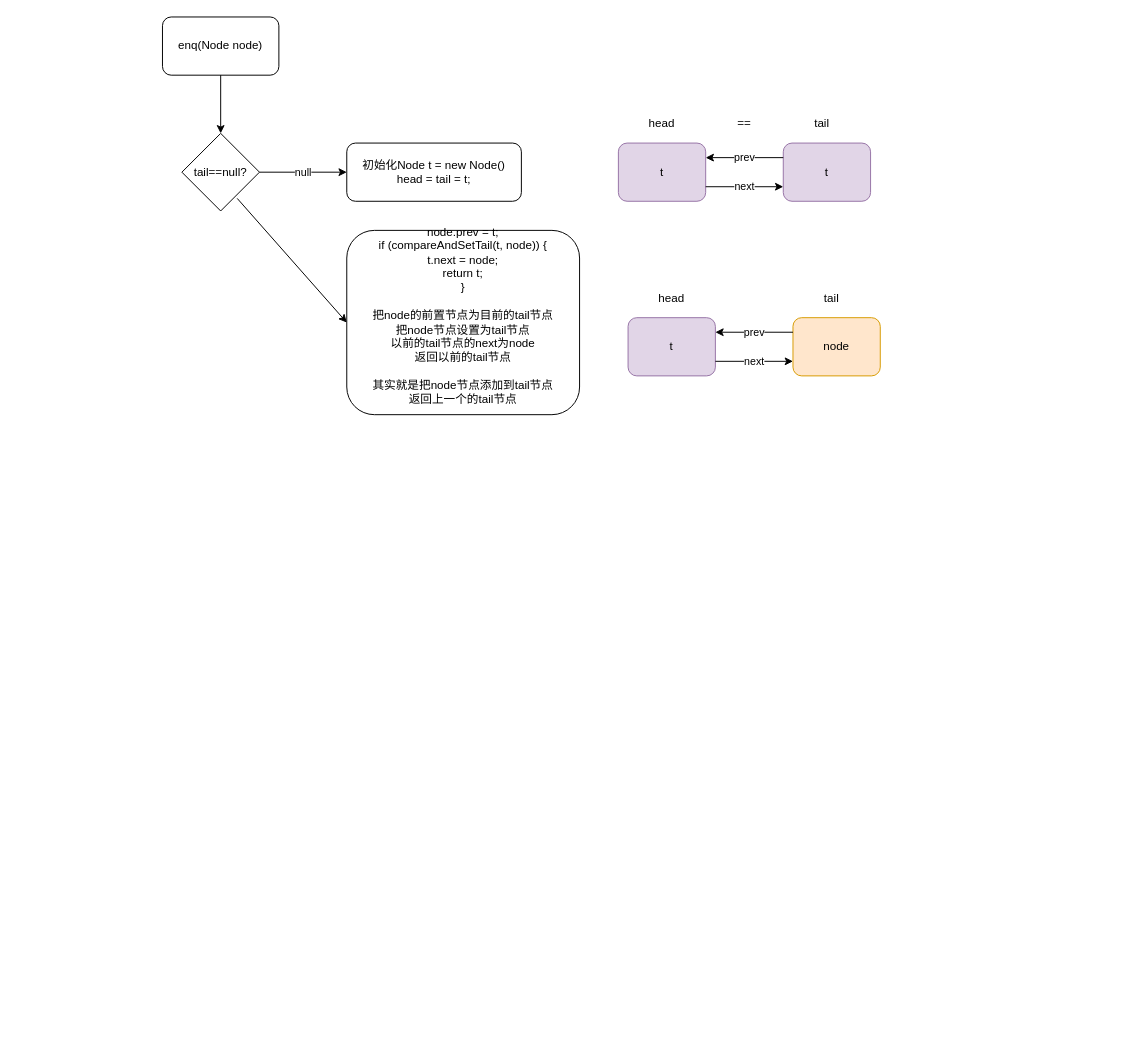
Before: page "第 1 页" (1 of 4) of 源码/concurrent/aqs.drawio in kongq1983/document, a draw.io diagram. Source tidied: cells renumbered, new cells numbered last; positions are measured from the earlier drawing's top-left corner, leaving out a move shared by most shapes. Both pictures are drawn from the tidied source at 97%, with x=0, y=0 at pixel (162, 16).
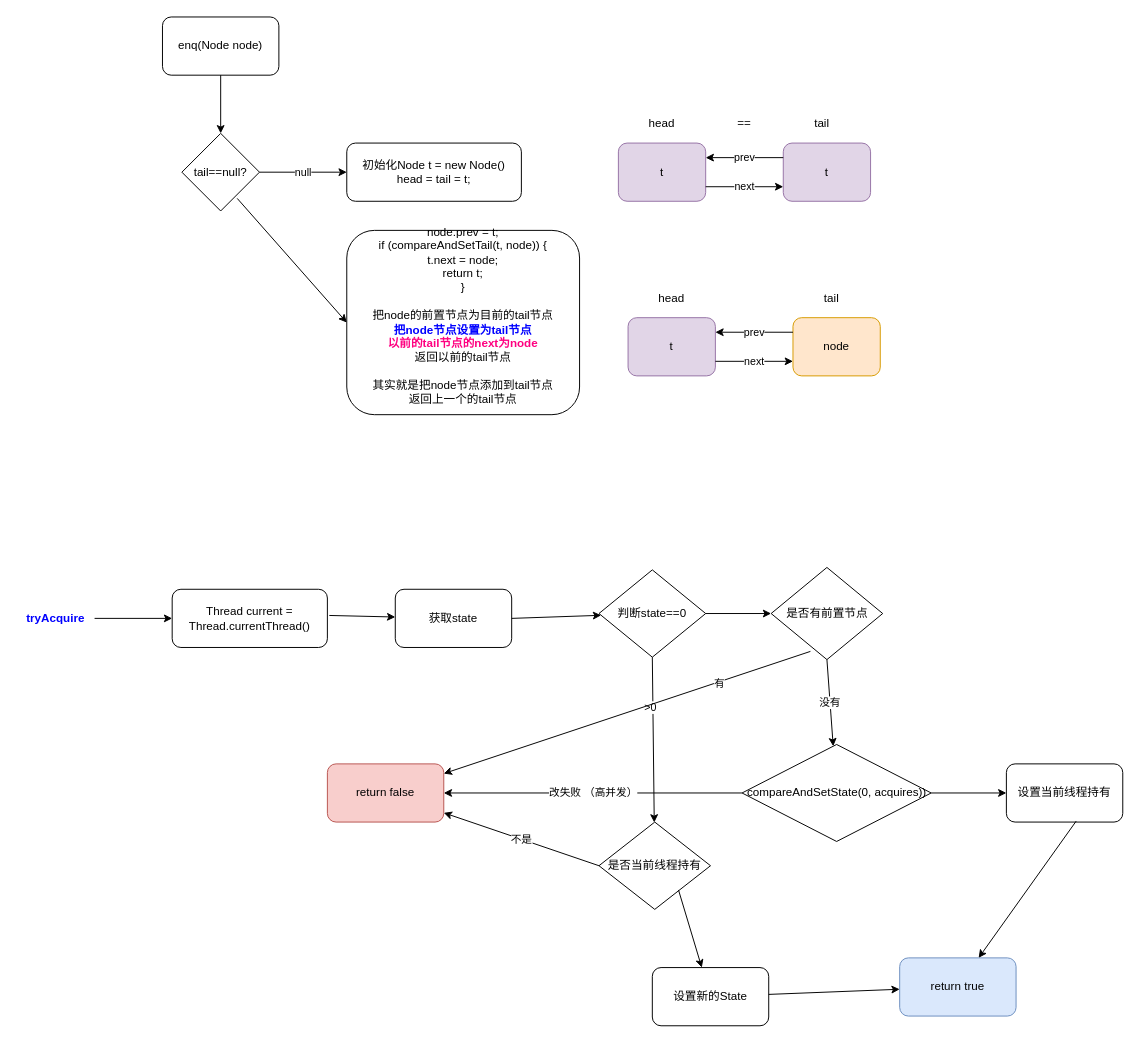
The same diagram, later.

What changed in the source:
```diff
@@
-    <mxCell id="7" value="&lt;div&gt;node.prev = t;&lt;/div&gt;&lt;div&gt;if (compareAndSetTail(t, node)) {&lt;/div&gt;&lt;div&gt;&lt;span&gt;&#9;&lt;/span&gt;t.next = node;&lt;/div&gt;&lt;div&gt;&lt;span&gt;&#9;&lt;/span&gt;return t;&lt;/div&gt;&lt;div&gt;}&lt;/div&gt;&lt;div&gt;&lt;br&gt;&lt;/div&gt;&lt;div&gt;把node的前置节点为目前的tail节点&lt;/div&gt;&lt;div&gt;把node节点设置为tail节点&lt;/div&gt;&lt;div&gt;以前的tail节点的next为node&lt;/div&gt;&lt;div&gt;返回以前的tail节点&lt;/div&gt;&lt;div&gt;&lt;br&gt;&lt;/div&gt;&lt;div&gt;其实就是把node节点添加到tail节点&lt;/div&gt;&lt;div&gt;返回上一个的tail节点&lt;/div&gt;&lt;div&gt;&lt;br&gt;&lt;/div&gt;" style="rounded=1;whiteSpace=wrap;html=1;" parent="1" vertex="1">
+    <mxCell id="7" value="&lt;div&gt;node.prev = t;&lt;/div&gt;&lt;div&gt;if (compareAndSetTail(t, node)) {&lt;/div&gt;&lt;div&gt;&lt;span&gt;&#9;&lt;/span&gt;t.next = node;&lt;/div&gt;&lt;div&gt;&lt;span&gt;&#9;&lt;/span&gt;return t;&lt;/div&gt;&lt;div&gt;}&lt;/div&gt;&lt;div&gt;&lt;br&gt;&lt;/div&gt;&lt;div&gt;把node的前置节点为目前的tail节点&lt;/div&gt;&lt;div&gt;&lt;b&gt;&lt;font color=&quot;#0000ff&quot;&gt;把node节点设置为tail节点&lt;/font&gt;&lt;/b&gt;&lt;/div&gt;&lt;div&gt;&lt;b&gt;&lt;font color=&quot;#ff0080&quot;&gt;以前的tail节点的next为node&lt;/font&gt;&lt;/b&gt;&lt;/div&gt;&lt;div&gt;返回以前的tail节点&lt;/div&gt;&lt;div&gt;&lt;br&gt;&lt;/div&gt;&lt;div&gt;其实就是把node节点添加到tail节点&lt;/div&gt;&lt;div&gt;返回上一个的tail节点&lt;/div&gt;&lt;div&gt;&lt;br&gt;&lt;/div&gt;" style="rounded=1;whiteSpace=wrap;html=1;" parent="1" vertex="1">
       <mxGeometry x="190" y="220" width="240" height="190" as="geometry" />
     </mxCell>
@@
+    <mxCell id="22" value="&lt;b&gt;&lt;font color=&quot;#0000ff&quot;&gt;tryAcquire&lt;/font&gt;&lt;/b&gt;" style="text;html=1;strokeColor=none;fillColor=none;align=center;verticalAlign=middle;whiteSpace=wrap;rounded=0;" parent="1" vertex="1">
+      <mxGeometry x="-150" y="610" width="80" height="20" as="geometry" />
+    </mxCell>
+    <mxCell id="23" value="Thread current = Thread.currentThread()" style="rounded=1;whiteSpace=wrap;html=1;" parent="1" vertex="1">
+      <mxGeometry x="10" y="590" width="160" height="60" as="geometry" />
+    </mxCell>
+    <mxCell id="24" value="获取state" style="rounded=1;whiteSpace=wrap;html=1;" parent="1" vertex="1">
+      <mxGeometry x="240" y="590" width="120" height="60" as="geometry" />
+    </mxCell>
+    <mxCell id="25" value="判断state==0" style="rhombus;whiteSpace=wrap;html=1;" parent="1" vertex="1">
+      <mxGeometry x="450" y="570" width="110" height="90" as="geometry" />
+    </mxCell>
+    <mxCell id="26" value="是否当前线程持有" style="rhombus;whiteSpace=wrap;html=1;" parent="1" vertex="1">
+      <mxGeometry x="450" y="830" width="115" height="90" as="geometry" />
+    </mxCell>
+    <mxCell id="27" style="endArrow=classic;html=1;" parent="1" edge="1" target="24">
+      <mxGeometry relative="1" as="geometry">
+        <mxPoint x="172" y="617" as="sourcePoint" />
+      </mxGeometry>
+    </mxCell>
+    <mxCell id="28" style="endArrow=classic;html=1;exitX=1;exitY=0.5;exitDx=0;exitDy=0;" parent="1" edge="1" source="24" target="25">
+      <mxGeometry relative="1" as="geometry" />
+    </mxCell>
+    <mxCell id="29" style="endArrow=classic;html=1;exitX=0.5;exitY=1;exitDx=0;exitDy=0;" parent="1" edge="1" source="25" target="26">
+      <mxGeometry relative="1" as="geometry" />
+    </mxCell>
+    <mxCell id="30" value="&amp;gt;0" style="edgeLabel;html=1;align=center;verticalAlign=middle;" parent="29" vertex="1">
+      <mxGeometry x="-0.4" y="-3" relative="1" as="geometry" />
+    </mxCell>
+    <mxCell id="31" value="return false" style="rounded=1;whiteSpace=wrap;html=1;fillColor=#f8cecc;strokeColor=#b85450;" parent="1" vertex="1">
+      <mxGeometry x="170" y="770" width="120" height="60" as="geometry" />
+    </mxCell>
+    <mxCell id="32" value="不是" style="endArrow=classic;html=1;exitX=0;exitY=0.5;exitDx=0;exitDy=0;" parent="1" edge="1" source="26" target="31">
+      <mxGeometry relative="1" as="geometry" />
+    </mxCell>
+    <mxCell id="33" value="是否有前置节点" style="rhombus;whiteSpace=wrap;html=1;" parent="1" vertex="1">
+      <mxGeometry x="627.5" y="567.5" width="115" height="95" as="geometry" />
+    </mxCell>
+    <mxCell id="34" style="endArrow=classic;html=1;entryX=0;entryY=0.5;entryDx=0;entryDy=0;" parent="1" edge="1" target="33">
+      <mxGeometry relative="1" as="geometry">
+        <mxPoint x="560" y="615" as="sourcePoint" />
+      </mxGeometry>
+    </mxCell>
+    <mxCell id="35" style="endArrow=classic;html=1;exitX=0.352;exitY=0.911;exitDx=0;exitDy=0;exitPerimeter=0;" parent="1" edge="1" source="33" target="31">
+      <mxGeometry relative="1" as="geometry" />
+    </mxCell>
+    <mxCell id="36" value="有" style="edgeLabel;html=1;align=center;verticalAlign=middle;" parent="35" vertex="1">
+      <mxGeometry x="-0.5" y="1" relative="1" as="geometry" />
+    </mxCell>
+    <mxCell id="37" value="compareAndSetState(0, acquires))&lt;br&gt;" style="rhombus;whiteSpace=wrap;html=1;" parent="1" vertex="1">
+      <mxGeometry x="597.5" y="750" width="195" height="100" as="geometry" />
+    </mxCell>
+    <mxCell id="38" value="没有" style="endArrow=classic;html=1;exitX=0.5;exitY=1;exitDx=0;exitDy=0;" parent="1" edge="1" source="33" target="37">
+      <mxGeometry relative="1" as="geometry" />
+    </mxCell>
+    <mxCell id="39" value="改失败 （高并发）" style="endArrow=classic;html=1;exitX=0;exitY=0.5;exitDx=0;exitDy=0;entryX=1;entryY=0.5;entryDx=0;entryDy=0;" parent="1" edge="1" source="37" target="31">
+      <mxGeometry relative="1" as="geometry" />
+    </mxCell>
+    <mxCell id="40" value="设置当前线程持有" style="rounded=1;whiteSpace=wrap;html=1;" parent="1" vertex="1">
+      <mxGeometry x="870" y="770" width="120" height="60" as="geometry" />
+    </mxCell>
+    <mxCell id="41" style="endArrow=classic;html=1;exitX=1;exitY=0.5;exitDx=0;exitDy=0;" parent="1" edge="1" source="37" target="40">
+      <mxGeometry relative="1" as="geometry" />
+    </mxCell>
+    <mxCell id="42" value="return true" style="rounded=1;whiteSpace=wrap;html=1;fillColor=#dae8fc;strokeColor=#6c8ebf;" parent="1" vertex="1">
+      <mxGeometry x="760" y="970" width="120" height="60" as="geometry" />
+    </mxCell>
+    <mxCell id="43" style="endArrow=classic;html=1;exitX=0.6;exitY=0.983;exitDx=0;exitDy=0;exitPerimeter=0;" parent="1" edge="1" source="40" target="42">
+      <mxGeometry relative="1" as="geometry" />
+    </mxCell>
+    <mxCell id="44" value="设置新的State" style="rounded=1;whiteSpace=wrap;html=1;" parent="1" vertex="1">
+      <mxGeometry x="505" y="980" width="120" height="60" as="geometry" />
+    </mxCell>
+    <mxCell id="45" style="endArrow=classic;html=1;" parent="1" edge="1" target="44">
+      <mxGeometry relative="1" as="geometry">
+        <mxPoint x="532" y="900" as="sourcePoint" />
+      </mxGeometry>
+    </mxCell>
+    <mxCell id="46" style="endArrow=classic;html=1;" parent="1" edge="1" source="44" target="42">
+      <mxGeometry relative="1" as="geometry" />
+    </mxCell>
+    <mxCell id="47" style="endArrow=classic;html=1;entryX=0;entryY=0.5;entryDx=0;entryDy=0;" parent="1" edge="1" source="22" target="23">
+      <mxGeometry relative="1" as="geometry" />
+    </mxCell>
```
